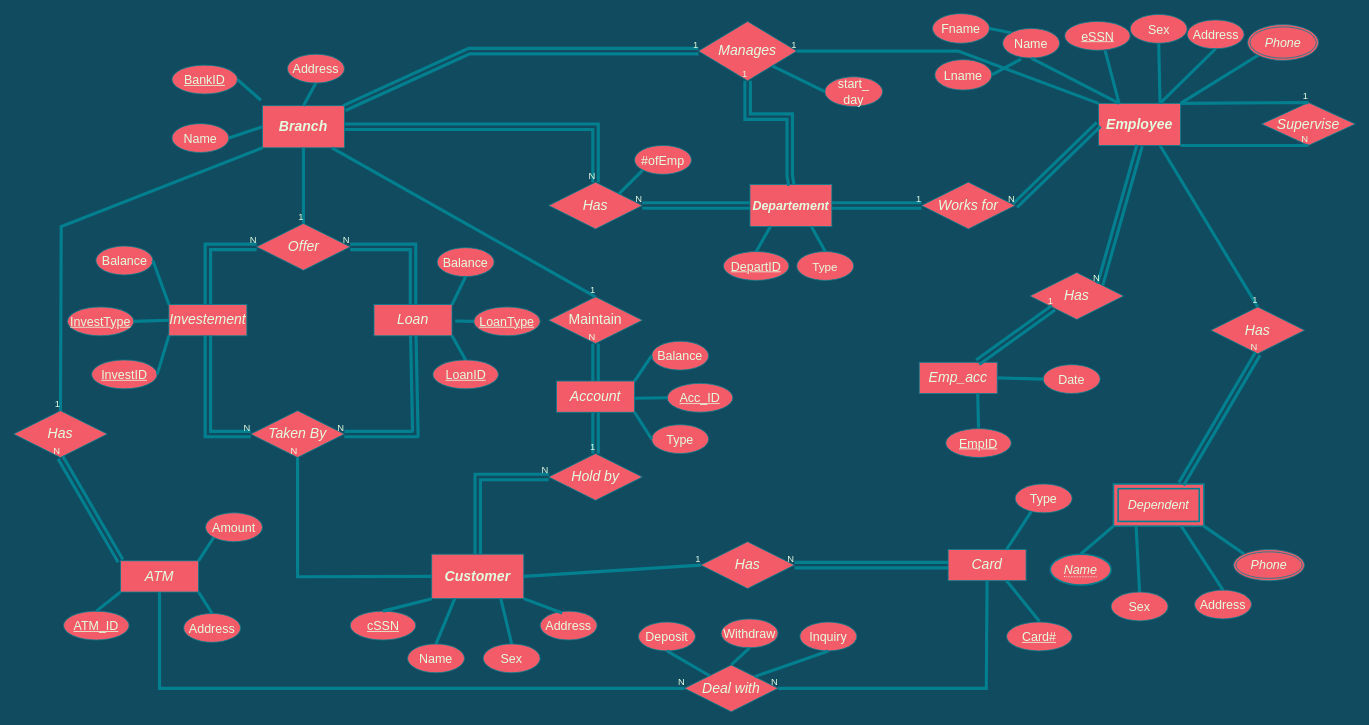
The draw.io diagram BankManagement_ERD.drawio in omgits0mar/Database_fcis, before the edit. Source tidied: cells renumbered, new cells numbered last; positions are measured from the earlier drawing's top-left corner, leaving out a move shared by most shapes. Both pictures are drawn from the tidied source at 78%, with x=0, y=0 at pixel (13, 13).
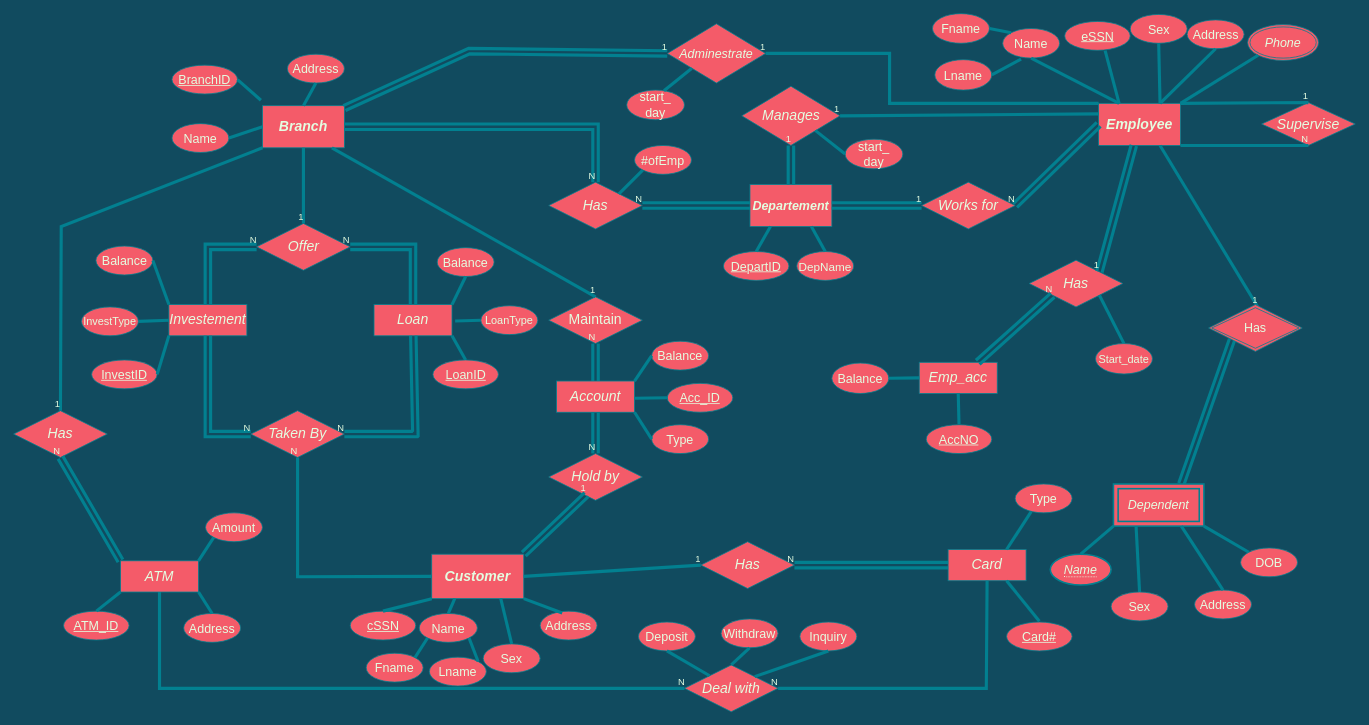
Above is the later version.

The change refers to these unchanged cells:
```xml
<mxCell id="2" value="&lt;h3&gt;&lt;font size=&quot;1&quot;&gt;&lt;i style=&quot;font-size: 18px&quot;&gt;Branch&lt;/i&gt;&lt;/font&gt;&lt;/h3&gt;" style="whiteSpace=wrap;html=1;align=center;rounded=0;sketch=0;strokeColor=#028090;fillColor=#F45B69;fontColor=#E4FDE1;" parent="1" vertex="1">
  <mxGeometry x="319" y="118" width="105" height="54" as="geometry" />
</mxCell>
<mxCell id="3" value="&lt;h3&gt;&lt;font size=&quot;1&quot;&gt;&lt;i style=&quot;font-size: 16px&quot;&gt;Departement&lt;/i&gt;&lt;/font&gt;&lt;/h3&gt;" style="whiteSpace=wrap;html=1;align=center;rounded=0;sketch=0;strokeColor=#028090;fillColor=#F45B69;fontColor=#E4FDE1;" parent="1" vertex="1">
  <mxGeometry x="944" y="219" width="105" height="54" as="geometry" />
</mxCell>
<mxCell id="4" value="&lt;h3&gt;&lt;font size=&quot;1&quot;&gt;&lt;i style=&quot;font-size: 18px&quot;&gt;Employee&lt;/i&gt;&lt;/font&gt;&lt;/h3&gt;" style="whiteSpace=wrap;html=1;align=center;rounded=0;sketch=0;strokeColor=#028090;fillColor=#F45B69;fontColor=#E4FDE1;" parent="1" vertex="1">
  <mxGeometry x="1391" y="115" width="105" height="54" as="geometry" />
</mxCell>
<mxCell id="24" value="&lt;i&gt;&lt;font style=&quot;font-size: 18px&quot;&gt;Account&lt;/font&gt;&lt;/i&gt;" style="whiteSpace=wrap;html=1;align=center;rounded=0;sketch=0;strokeColor=#028090;fillColor=#F45B69;fontSize=14;fontColor=#E4FDE1;" parent="1" vertex="1">
  <mxGeometry x="696" y="471" width="100" height="40" as="geometry" />
</mxCell>
<mxCell id="38" value="&lt;i&gt;&lt;font style=&quot;font-size: 18px&quot;&gt;Hold by&lt;/font&gt;&lt;br&gt;&lt;/i&gt;" style="shape=rhombus;perimeter=rhombusPerimeter;whiteSpace=wrap;html=1;align=center;rounded=0;sketch=0;strokeColor=#028090;fillColor=#F45B69;fontSize=14;fontColor=#E4FDE1;" parent="1" vertex="1">
  <mxGeometry x="686" y="564" width="120" height="60" as="geometry" />
</mxCell>
<mxCell id="43" value="&lt;i&gt;&lt;font size=&quot;1&quot;&gt;&lt;b style=&quot;font-size: 18px&quot;&gt;Customer&lt;/b&gt;&lt;/font&gt;&lt;/i&gt;" style="whiteSpace=wrap;html=1;align=center;rounded=0;sketch=0;strokeColor=#028090;fillColor=#F45B69;fontSize=14;fontColor=#E4FDE1;" parent="1" vertex="1">
  <mxGeometry x="536" y="693" width="118" height="57" as="geometry" />
</mxCell>
<mxCell id="112" value="&lt;i&gt;&lt;font style=&quot;font-size: 18px&quot;&gt;Emp_acc&lt;/font&gt;&lt;/i&gt;" style="whiteSpace=wrap;html=1;align=center;rounded=0;sketch=0;strokeColor=#028090;fillColor=#F45B69;fontSize=14;fontColor=#E4FDE1;" parent="1" vertex="1">
  <mxGeometry x="1161" y="447" width="100" height="40" as="geometry" />
</mxCell>
<mxCell id="116" value="&lt;i&gt;&lt;font style=&quot;font-size: 16px&quot;&gt;Dependent&lt;/font&gt;&lt;/i&gt;" style="shape=ext;margin=3;double=1;whiteSpace=wrap;html=1;align=center;rounded=0;sketch=0;strokeColor=#028090;fillColor=#F45B69;fontColor=#E4FDE1;strokeWidth=2;perimeterSpacing=0;" parent="1" vertex="1">
  <mxGeometry x="1410" y="603" width="116" height="54" as="geometry" />
</mxCell>
```

Diff of the diagram source:
```diff
@@
     <mxCell id="5" value="&lt;font size=&quot;1&quot;&gt;&lt;i style=&quot;font-size: 18px&quot;&gt;Manages&lt;/i&gt;&lt;/font&gt;" style="shape=rhombus;perimeter=rhombusPerimeter;whiteSpace=wrap;html=1;align=center;rounded=0;sketch=0;strokeColor=#028090;fillColor=#F45B69;fontColor=#E4FDE1;" parent="1" vertex="1">
-      <mxGeometry x="878" y="10" width="126" height="76" as="geometry" />
+      <mxGeometry x="933.5" y="93" width="126" height="76" as="geometry" />
     </mxCell>
-    <mxCell id="6" style="endArrow=none;html=1;rounded=0;strokeColor=#028090;fillColor=#F45B69;fontColor=#E4FDE1;exitX=0;exitY=0;exitDx=0;exitDy=0;fontSize=14;shadow=0;sketch=0;strokeWidth=4;entryX=1;entryY=0.5;entryDx=0;entryDy=0;labelBackgroundColor=#114B5F;" parent="1" edge="1" source="4" target="5">
-      <mxGeometry relative="1" as="geometry">
-        <Array as="points">
-          <mxPoint x="1211" y="48" />
-        </Array>
-      </mxGeometry>
+    <mxCell id="6" style="endArrow=none;html=1;rounded=0;strokeColor=#028090;fillColor=#F45B69;fontColor=#E4FDE1;exitX=0;exitY=0.25;exitDx=0;exitDy=0;fontSize=14;shadow=0;sketch=0;strokeWidth=4;entryX=1;entryY=0.5;entryDx=0;entryDy=0;labelBackgroundColor=#114B5F;" parent="1" edge="1" source="4" target="5">
+      <mxGeometry relative="1" as="geometry" />
     </mxCell>
@@
-    <mxCell id="8" style="shape=link;html=1;rounded=0;shadow=0;strokeColor=#028090;strokeWidth=4;fillColor=#F45B69;fontSize=14;fontColor=#E4FDE1;entryX=0;entryY=0.5;entryDx=0;entryDy=0;labelBackgroundColor=#114B5F;" parent="1" edge="1" source="2" target="5">
+    <mxCell id="8" style="shape=link;html=1;rounded=0;shadow=0;strokeColor=#028090;strokeWidth=4;fillColor=#F45B69;fontSize=14;fontColor=#E4FDE1;labelBackgroundColor=#114B5F;entryX=0;entryY=0.5;entryDx=0;entryDy=0;" parent="1" edge="1" source="2" target="175">
       <mxGeometry relative="1" as="geometry">
         <Array as="points">
           <mxPoint x="584" y="48" />
         </Array>
       </mxGeometry>
     </mxCell>
@@
-    <mxCell id="10" style="shape=link;html=1;rounded=0;shadow=0;strokeColor=#028090;strokeWidth=4;fillColor=#F45B69;fontSize=14;fontColor=#E4FDE1;exitX=0.505;exitY=0.019;exitDx=0;exitDy=0;exitPerimeter=0;entryX=0.5;entryY=1;entryDx=0;entryDy=0;labelBackgroundColor=#114B5F;" parent="1" edge="1" source="3" target="5">
-      <mxGeometry relative="1" as="geometry">
-        <Array as="points">
-          <mxPoint x="995" y="208" />
-          <mxPoint x="995" y="132" />
-          <mxPoint x="941" y="132" />
-        </Array>
-      </mxGeometry>
+    <mxCell id="10" style="shape=link;html=1;rounded=0;shadow=0;strokeColor=#028090;strokeWidth=4;fillColor=#F45B69;fontSize=14;fontColor=#E4FDE1;entryX=0.5;entryY=1;entryDx=0;entryDy=0;labelBackgroundColor=#114B5F;exitX=0.5;exitY=0;exitDx=0;exitDy=0;" parent="1" edge="1" source="3" target="5">
+      <mxGeometry relative="1" as="geometry" />
     </mxCell>
@@
-    <mxCell id="44" style="shape=link;html=1;rounded=0;shadow=0;strokeColor=#028090;strokeWidth=4;fillColor=#F45B69;fontSize=14;fontColor=#E4FDE1;exitX=0.5;exitY=0;exitDx=0;exitDy=0;entryX=0;entryY=0.5;entryDx=0;entryDy=0;labelBackgroundColor=#114B5F;" parent="1" edge="1" source="43" target="38">
-      <mxGeometry relative="1" as="geometry">
-        <Array as="points">
-          <mxPoint x="595" y="594" />
-        </Array>
-      </mxGeometry>
+    <mxCell id="44" style="shape=link;html=1;rounded=0;shadow=0;strokeColor=#028090;strokeWidth=4;fillColor=#F45B69;fontSize=14;fontColor=#E4FDE1;exitX=0.5;exitY=1;exitDx=0;exitDy=0;entryX=0.5;entryY=0;entryDx=0;entryDy=0;labelBackgroundColor=#114B5F;" parent="1" edge="1" source="24" target="38">
+      <mxGeometry relative="1" as="geometry" />
     </mxCell>
@@
     <mxCell id="49" value="&lt;font style=&quot;font-size: 16px&quot;&gt;Name&lt;/font&gt;" style="ellipse;whiteSpace=wrap;html=1;align=center;rounded=0;sketch=0;strokeColor=#028090;fillColor=#F45B69;fontSize=14;fontColor=#E4FDE1;" parent="1" vertex="1">
-      <mxGeometry x="505" y="808" width="73" height="37" as="geometry" />
+      <mxGeometry x="520" y="769" width="74.5" height="37" as="geometry" />
     </mxCell>
@@
-    <mxCell id="63" value="&lt;font style=&quot;font-size: 15px&quot;&gt;Type&lt;/font&gt;" style="ellipse;whiteSpace=wrap;html=1;align=center;rounded=0;sketch=0;strokeColor=#028090;fillColor=#F45B69;fontSize=14;fontColor=#E4FDE1;" parent="1" vertex="1">
+    <mxCell id="63" value="&lt;font style=&quot;font-size: 15px&quot;&gt;DepName&lt;/font&gt;" style="ellipse;whiteSpace=wrap;html=1;align=center;rounded=0;sketch=0;strokeColor=#028090;fillColor=#F45B69;fontSize=14;fontColor=#E4FDE1;" parent="1" vertex="1">
       <mxGeometry x="1004" y="305" width="73" height="37" as="geometry" />
     </mxCell>
@@
     <mxCell id="73" value="&lt;span style=&quot;font-size: 16px&quot;&gt;start_&lt;br&gt;day&lt;br&gt;&lt;/span&gt;" style="ellipse;whiteSpace=wrap;html=1;align=center;rounded=0;sketch=0;strokeColor=#028090;fillColor=#F45B69;fontSize=14;fontColor=#E4FDE1;" parent="1" vertex="1">
-      <mxGeometry x="1040" y="81" width="74" height="38" as="geometry" />
+      <mxGeometry x="1066" y="161" width="74" height="38" as="geometry" />
     </mxCell>
@@
-    <mxCell id="77" value="&lt;font style=&quot;font-size: 16px&quot;&gt;BankID&lt;/font&gt;" style="ellipse;whiteSpace=wrap;html=1;align=center;fontStyle=4;rounded=0;sketch=0;strokeColor=#028090;fillColor=#F45B69;fontSize=14;fontColor=#E4FDE1;" parent="1" vertex="1">
+    <mxCell id="77" value="&lt;font style=&quot;font-size: 16px&quot;&gt;BranchID&lt;/font&gt;" style="ellipse;whiteSpace=wrap;html=1;align=center;fontStyle=4;rounded=0;sketch=0;strokeColor=#028090;fillColor=#F45B69;fontSize=14;fontColor=#E4FDE1;" parent="1" vertex="1">
       <mxGeometry x="203" y="66" width="84" height="37" as="geometry" />
     </mxCell>
@@
-    <mxCell id="82" value="&lt;font style=&quot;font-size: 16px&quot;&gt;LoanType&lt;/font&gt;" style="ellipse;whiteSpace=wrap;html=1;align=center;fontStyle=4;rounded=0;sketch=0;strokeColor=#028090;fillColor=#F45B69;fontSize=14;fontColor=#E4FDE1;" parent="1" vertex="1">
-      <mxGeometry x="590" y="376" width="85" height="37" as="geometry" />
-    </mxCell>
@@
-    <mxCell id="84" value="&lt;font style=&quot;font-size: 16px&quot;&gt;InvestType&lt;/font&gt;" style="ellipse;whiteSpace=wrap;html=1;align=center;fontStyle=4;rounded=0;sketch=0;strokeColor=#028090;fillColor=#F45B69;fontSize=14;fontColor=#E4FDE1;" parent="1" vertex="1">
-      <mxGeometry x="69" y="376" width="85" height="37" as="geometry" />
-    </mxCell>
@@
     <mxCell id="113" value="&lt;i&gt;&lt;font style=&quot;font-size: 18px&quot;&gt;Has&lt;/font&gt;&lt;/i&gt;" style="shape=rhombus;perimeter=rhombusPerimeter;whiteSpace=wrap;html=1;align=center;rounded=0;sketch=0;strokeColor=#028090;fillColor=#F45B69;fontSize=14;fontColor=#E4FDE1;" parent="1" vertex="1">
-      <mxGeometry x="1303" y="332" width="120" height="60" as="geometry" />
+      <mxGeometry x="1302" y="316" width="120" height="60" as="geometry" />
     </mxCell>
-    <mxCell id="114" style="shape=link;html=1;rounded=0;startSize=6;endSize=6;strokeColor=#028090;strokeWidth=4;fillColor=#F45B69;fontColor=#E4FDE1;exitX=0.5;exitY=1;exitDx=0;exitDy=0;entryX=1;entryY=0;entryDx=0;entryDy=0;labelBackgroundColor=#114B5F;" parent="1" edge="1" source="4" target="113">
+    <mxCell id="114" style="shape=link;html=1;rounded=0;startSize=6;endSize=6;strokeColor=#028090;strokeWidth=4;fillColor=#F45B69;fontColor=#E4FDE1;exitX=0.75;exitY=0;exitDx=0;exitDy=0;labelBackgroundColor=#114B5F;entryX=0;entryY=1;entryDx=0;entryDy=0;" parent="1" edge="1" source="116" target="117">
       <mxGeometry relative="1" as="geometry" />
     </mxCell>
@@
-    <mxCell id="117" value="&lt;i&gt;&lt;font style=&quot;font-size: 18px&quot;&gt;Has&lt;/font&gt;&lt;/i&gt;" style="shape=rhombus;perimeter=rhombusPerimeter;whiteSpace=wrap;html=1;align=center;rounded=0;sketch=0;strokeColor=#028090;fillColor=#F45B69;fontSize=14;fontColor=#E4FDE1;" parent="1" vertex="1">
-      <mxGeometry x="1535" y="376" width="120" height="60" as="geometry" />
-    </mxCell>
-    <mxCell id="118" style="shape=link;html=1;rounded=0;startSize=6;endSize=6;strokeColor=#028090;strokeWidth=4;fillColor=#F45B69;fontColor=#E4FDE1;entryX=0.5;entryY=1;entryDx=0;entryDy=0;exitX=0.75;exitY=0;exitDx=0;exitDy=0;labelBackgroundColor=#114B5F;" parent="1" edge="1" source="116" target="117">
-      <mxGeometry relative="1" as="geometry" />
-    </mxCell>
-    <mxCell id="119" value="N" style="html=1;align=right;verticalAlign=bottom;fillColor=#F45B69;strokeColor=#028090;fontColor=#E4FDE1;" parent="118" vertex="1">
-      <mxGeometry x="1" relative="1" as="geometry" />
-    </mxCell>
-    <mxCell id="120" style="endArrow=none;html=1;rounded=0;strokeColor=#028090;strokeWidth=4;fillColor=#F45B69;fontColor=#E4FDE1;entryX=0.5;entryY=0;entryDx=0;entryDy=0;exitX=0.75;exitY=1;exitDx=0;exitDy=0;labelBackgroundColor=#114B5F;" parent="1" edge="1" source="4" target="117">
-      <mxGeometry relative="1" as="geometry" />
+    <mxCell id="120" style="endArrow=none;html=1;rounded=0;strokeColor=#028090;strokeWidth=4;fillColor=#F45B69;fontColor=#E4FDE1;exitX=0.75;exitY=1;exitDx=0;exitDy=0;labelBackgroundColor=#114B5F;" parent="1" edge="1" source="4">
+      <mxGeometry relative="1" as="geometry">
+        <mxPoint x="1595" y="376" as="targetPoint" />
+      </mxGeometry>
     </mxCell>
@@
-    <mxCell id="140" style="endArrow=none;html=1;rounded=0;strokeColor=#028090;strokeWidth=4;fillColor=#F45B69;fontColor=#E4FDE1;entryX=0;entryY=0;entryDx=0;entryDy=0;exitX=1;exitY=1;exitDx=0;exitDy=0;labelBackgroundColor=#114B5F;" parent="1" edge="1" source="116" target="157">
+    <mxCell id="140" style="endArrow=none;html=1;rounded=0;strokeColor=#028090;strokeWidth=4;fillColor=#F45B69;fontColor=#E4FDE1;entryX=0;entryY=0;entryDx=0;entryDy=0;exitX=1;exitY=1;exitDx=0;exitDy=0;labelBackgroundColor=#114B5F;" parent="1" edge="1" source="116" target="170">
       <mxGeometry relative="1" as="geometry" />
     </mxCell>
-    <mxCell id="141" value="&lt;font style=&quot;font-size: 16px&quot;&gt;EmpID&lt;/font&gt;" style="ellipse;whiteSpace=wrap;html=1;align=center;fontStyle=4;rounded=0;sketch=0;strokeColor=#028090;fillColor=#F45B69;fontSize=14;fontColor=#E4FDE1;strokeWidth=1;perimeterSpacing=1;" parent="1" vertex="1">
-      <mxGeometry x="1195" y="532" width="84" height="37" as="geometry" />
+    <mxCell id="141" value="&lt;font style=&quot;font-size: 16px&quot;&gt;AccNO&lt;/font&gt;" style="ellipse;whiteSpace=wrap;html=1;align=center;fontStyle=4;rounded=0;sketch=0;strokeColor=#028090;fillColor=#F45B69;fontSize=14;fontColor=#E4FDE1;strokeWidth=1;perimeterSpacing=1;" parent="1" vertex="1">
+      <mxGeometry x="1170" y="527" width="84" height="37" as="geometry" />
     </mxCell>
-    <mxCell id="142" value="&lt;font style=&quot;font-size: 16px&quot;&gt;Date&lt;/font&gt;" style="ellipse;whiteSpace=wrap;html=1;align=center;rounded=0;sketch=0;strokeColor=#028090;fillColor=#F45B69;fontSize=14;fontColor=#E4FDE1;" parent="1" vertex="1">
-      <mxGeometry x="1320" y="450" width="73" height="37" as="geometry" />
-    </mxCell>
-    <mxCell id="143" style="endArrow=none;html=1;rounded=0;strokeColor=#028090;strokeWidth=4;fillColor=#F45B69;fontColor=#E4FDE1;entryX=0.5;entryY=0;entryDx=0;entryDy=0;exitX=0.75;exitY=1;exitDx=0;exitDy=0;labelBackgroundColor=#114B5F;" parent="1" edge="1" source="112" target="141">
+    <mxCell id="143" style="endArrow=none;html=1;rounded=0;strokeColor=#028090;strokeWidth=4;fillColor=#F45B69;fontColor=#E4FDE1;entryX=0.5;entryY=0;entryDx=0;entryDy=0;exitX=0.5;exitY=1;exitDx=0;exitDy=0;labelBackgroundColor=#114B5F;" parent="1" edge="1" source="112" target="141">
       <mxGeometry relative="1" as="geometry" />
     </mxCell>
-    <mxCell id="144" style="endArrow=none;html=1;rounded=0;strokeColor=#028090;strokeWidth=4;fillColor=#F45B69;fontColor=#E4FDE1;entryX=0;entryY=0.5;entryDx=0;entryDy=0;exitX=1;exitY=0.5;exitDx=0;exitDy=0;labelBackgroundColor=#114B5F;" parent="1" edge="1" source="112" target="142">
+    <mxCell id="144" style="endArrow=none;html=1;rounded=0;strokeColor=#028090;strokeWidth=4;fillColor=#F45B69;fontColor=#E4FDE1;entryX=0.5;entryY=0;entryDx=0;entryDy=0;exitX=1;exitY=1;exitDx=0;exitDy=0;labelBackgroundColor=#114B5F;" parent="1" edge="1" source="113" target="171">
       <mxGeometry relative="1" as="geometry" />
     </mxCell>
@@
-    <mxCell id="157" value="&lt;font style=&quot;font-size: 16px&quot;&gt;&lt;i&gt;Phone&lt;/i&gt;&lt;/font&gt;" style="ellipse;shape=doubleEllipse;margin=3;whiteSpace=wrap;html=1;align=center;rounded=0;sketch=0;strokeColor=#028090;fillColor=#F45B69;fontColor=#E4FDE1;strokeWidth=1;perimeterSpacing=0;" parent="1" vertex="1">
-      <mxGeometry x="1564" y="687" width="91" height="40" as="geometry" />
-    </mxCell>
@@
-    <mxCell id="162" style="shape=link;html=1;rounded=0;strokeColor=#028090;fillColor=#F45B69;fontColor=#E4FDE1;entryX=0;entryY=1;entryDx=0;entryDy=0;exitX=0.75;exitY=0;exitDx=0;exitDy=0;strokeWidth=4;labelBackgroundColor=#114B5F;" parent="1" edge="1" source="112" target="113">
+    <mxCell id="162" style="shape=link;html=1;rounded=0;strokeColor=#028090;fillColor=#F45B69;fontColor=#E4FDE1;entryX=1;entryY=0;entryDx=0;entryDy=0;strokeWidth=4;labelBackgroundColor=#114B5F;" parent="1" edge="1" source="4" target="113">
       <mxGeometry relative="1" as="geometry" />
     </mxCell>
@@
-    <mxCell id="164" style="shape=link;html=1;rounded=0;shadow=0;strokeColor=#028090;strokeWidth=4;fillColor=#F45B69;fontSize=14;fontColor=#E4FDE1;entryX=0.5;entryY=0;entryDx=0;entryDy=0;labelBackgroundColor=#114B5F;" parent="1" edge="1" target="38">
-      <mxGeometry relative="1" as="geometry">
-        <mxPoint x="746" y="511" as="sourcePoint" />
-      </mxGeometry>
+    <mxCell id="164" style="shape=link;html=1;rounded=0;shadow=0;strokeColor=#028090;strokeWidth=4;fillColor=#F45B69;fontSize=14;fontColor=#E4FDE1;entryX=0.403;entryY=0.878;entryDx=0;entryDy=0;exitX=1;exitY=0;exitDx=0;exitDy=0;entryPerimeter=0;labelBackgroundColor=#114B5F;" parent="1" edge="1" source="43" target="38">
+      <mxGeometry relative="1" as="geometry" />
     </mxCell>
@@
+    <mxCell id="84" value="&lt;font style=&quot;font-size: 14px&quot;&gt;InvestType&lt;/font&gt;" style="ellipse;whiteSpace=wrap;html=1;align=center;rounded=0;sketch=0;strokeColor=#028090;fillColor=#F45B69;fontSize=14;fontColor=#E4FDE1;" parent="1" vertex="1">
+      <mxGeometry x="87" y="376" width="73" height="37" as="geometry" />
+    </mxCell>
+    <mxCell id="82" value="&lt;font style=&quot;font-size: 14px&quot;&gt;LoanType&lt;/font&gt;" style="ellipse;whiteSpace=wrap;html=1;align=center;rounded=0;sketch=0;strokeColor=#028090;fillColor=#F45B69;fontSize=14;fontColor=#E4FDE1;" parent="1" vertex="1">
+      <mxGeometry x="599" y="374.5" width="73" height="37" as="geometry" />
+    </mxCell>
+    <mxCell id="166" value="&lt;font style=&quot;font-size: 16px&quot;&gt;Lname&lt;/font&gt;" style="ellipse;whiteSpace=wrap;html=1;align=center;rounded=0;sketch=0;strokeColor=#028090;fillColor=#F45B69;fontSize=14;fontColor=#E4FDE1;" parent="1" vertex="1">
+      <mxGeometry x="533" y="825" width="73" height="37" as="geometry" />
+    </mxCell>
+    <mxCell id="167" value="&lt;font style=&quot;font-size: 16px&quot;&gt;Fname&lt;/font&gt;" style="ellipse;whiteSpace=wrap;html=1;align=center;rounded=0;sketch=0;strokeColor=#028090;fillColor=#F45B69;fontSize=14;fontColor=#E4FDE1;" parent="1" vertex="1">
+      <mxGeometry x="452" y="820" width="73" height="37" as="geometry" />
+    </mxCell>
+    <mxCell id="168" style="endArrow=none;html=1;rounded=0;shadow=0;strokeColor=#028090;strokeWidth=4;fillColor=#F45B69;fontSize=14;fontColor=#E4FDE1;exitX=1;exitY=0;exitDx=0;exitDy=0;entryX=1;entryY=1;entryDx=0;entryDy=0;labelBackgroundColor=#114B5F;" parent="1" edge="1" source="166" target="49">
+      <mxGeometry relative="1" as="geometry" />
+    </mxCell>
+    <mxCell id="169" style="endArrow=none;html=1;rounded=0;shadow=0;strokeColor=#028090;strokeWidth=4;fillColor=#F45B69;fontSize=14;fontColor=#E4FDE1;exitX=1;exitY=0;exitDx=0;exitDy=0;entryX=0;entryY=1;entryDx=0;entryDy=0;labelBackgroundColor=#114B5F;" parent="1" edge="1" source="167" target="49">
+      <mxGeometry relative="1" as="geometry" />
+    </mxCell>
+    <mxCell id="170" value="&lt;font style=&quot;font-size: 16px&quot;&gt;DOB&lt;/font&gt;" style="ellipse;whiteSpace=wrap;html=1;align=center;rounded=0;sketch=0;strokeColor=#028090;fillColor=#F45B69;fontSize=14;fontColor=#E4FDE1;" parent="1" vertex="1">
+      <mxGeometry x="1573" y="685" width="73" height="37" as="geometry" />
+    </mxCell>
+    <mxCell id="171" value="&lt;font&gt;&lt;font style=&quot;font-size: 14px&quot;&gt;Start_date&lt;/font&gt;&lt;br&gt;&lt;/font&gt;" style="ellipse;whiteSpace=wrap;html=1;align=center;rounded=0;sketch=0;strokeColor=#028090;fillColor=#F45B69;fontSize=14;fontColor=#E4FDE1;" parent="1" vertex="1">
+      <mxGeometry x="1387" y="423" width="73" height="39" as="geometry" />
+    </mxCell>
+    <mxCell id="172" value="&lt;font&gt;&lt;font style=&quot;font-size: 16px&quot;&gt;Balance&lt;/font&gt;&lt;br&gt;&lt;/font&gt;" style="ellipse;whiteSpace=wrap;html=1;align=center;rounded=0;sketch=0;strokeColor=#028090;fillColor=#F45B69;fontSize=14;fontColor=#E4FDE1;" parent="1" vertex="1">
+      <mxGeometry x="1049" y="448" width="73" height="39" as="geometry" />
+    </mxCell>
+    <mxCell id="173" style="endArrow=none;html=1;rounded=0;strokeColor=#028090;strokeWidth=4;fillColor=#F45B69;fontColor=#E4FDE1;entryX=0;entryY=0.5;entryDx=0;entryDy=0;exitX=1;exitY=0.5;exitDx=0;exitDy=0;labelBackgroundColor=#114B5F;" parent="1" edge="1" source="172" target="112">
+      <mxGeometry relative="1" as="geometry" />
+    </mxCell>
+    <mxCell id="117" value="&lt;font style=&quot;font-size: 16px&quot;&gt;Has&lt;/font&gt;" style="shape=rhombus;double=1;perimeter=rhombusPerimeter;whiteSpace=wrap;html=1;align=center;perimeterSpacing=0;strokeWidth=1;fillColor=#F45B69;strokeColor=#028090;fontColor=#E4FDE1;" parent="1" vertex="1">
+      <mxGeometry x="1532" y="373" width="120" height="60" as="geometry" />
+    </mxCell>
+    <mxCell id="174" style="shape=link;html=1;rounded=0;shadow=0;strokeColor=#028090;strokeWidth=4;fillColor=#F45B69;fontSize=14;fontColor=#E4FDE1;exitX=0.75;exitY=0;exitDx=0;exitDy=0;entryX=0;entryY=1;entryDx=0;entryDy=0;labelBackgroundColor=#114B5F;" parent="1" edge="1" source="112" target="113">
+      <mxGeometry relative="1" as="geometry" />
+    </mxCell>
+    <mxCell id="119" value="N" style="html=1;align=right;verticalAlign=bottom;fillColor=#F45B69;strokeColor=#028090;fontColor=#E4FDE1;" parent="174" vertex="1">
+      <mxGeometry x="1" relative="1" as="geometry" />
+    </mxCell>
+    <mxCell id="175" value="&lt;font size=&quot;1&quot;&gt;&lt;i style=&quot;font-size: 16px&quot;&gt;Adminestrate&lt;/i&gt;&lt;/font&gt;" style="shape=rhombus;perimeter=rhombusPerimeter;whiteSpace=wrap;html=1;align=center;rounded=0;sketch=0;strokeColor=#028090;fillColor=#F45B69;fontColor=#E4FDE1;" parent="1" vertex="1">
+      <mxGeometry x="838" y="13" width="126" height="76" as="geometry" />
+    </mxCell>
+    <mxCell id="176" style="endArrow=none;html=1;rounded=0;strokeColor=#028090;fillColor=#F45B69;fontColor=#E4FDE1;exitX=0;exitY=0;exitDx=0;exitDy=0;fontSize=14;shadow=0;sketch=0;strokeWidth=4;entryX=1;entryY=0.5;entryDx=0;entryDy=0;labelBackgroundColor=#114B5F;" parent="1" edge="1" source="4" target="175">
+      <mxGeometry relative="1" as="geometry">
+        <Array as="points">
+          <mxPoint x="1123" y="115" />
+          <mxPoint x="1123" y="51" />
+        </Array>
+      </mxGeometry>
+    </mxCell>
+    <mxCell id="177" value="1" style="html=1;align=right;verticalAlign=bottom;fillColor=#F45B69;strokeColor=#028090;fontColor=#E4FDE1;" parent="176" vertex="1">
+      <mxGeometry x="1" relative="1" as="geometry" />
+    </mxCell>
+    <mxCell id="178" value="&lt;span style=&quot;font-size: 16px&quot;&gt;start_&lt;br&gt;day&lt;br&gt;&lt;/span&gt;" style="ellipse;whiteSpace=wrap;html=1;align=center;rounded=0;sketch=0;strokeColor=#028090;fillColor=#F45B69;fontSize=14;fontColor=#E4FDE1;" parent="1" vertex="1">
+      <mxGeometry x="786" y="98" width="74" height="38" as="geometry" />
+    </mxCell>
+    <mxCell id="179" style="endArrow=none;html=1;rounded=0;shadow=0;strokeColor=#028090;strokeWidth=4;fillColor=#F45B69;fontSize=14;fontColor=#E4FDE1;exitX=0;exitY=1;exitDx=0;exitDy=0;entryX=0.645;entryY=0.024;entryDx=0;entryDy=0;labelBackgroundColor=#114B5F;entryPerimeter=0;" parent="1" edge="1" source="175" target="178">
+      <mxGeometry relative="1" as="geometry" />
+    </mxCell>
```
